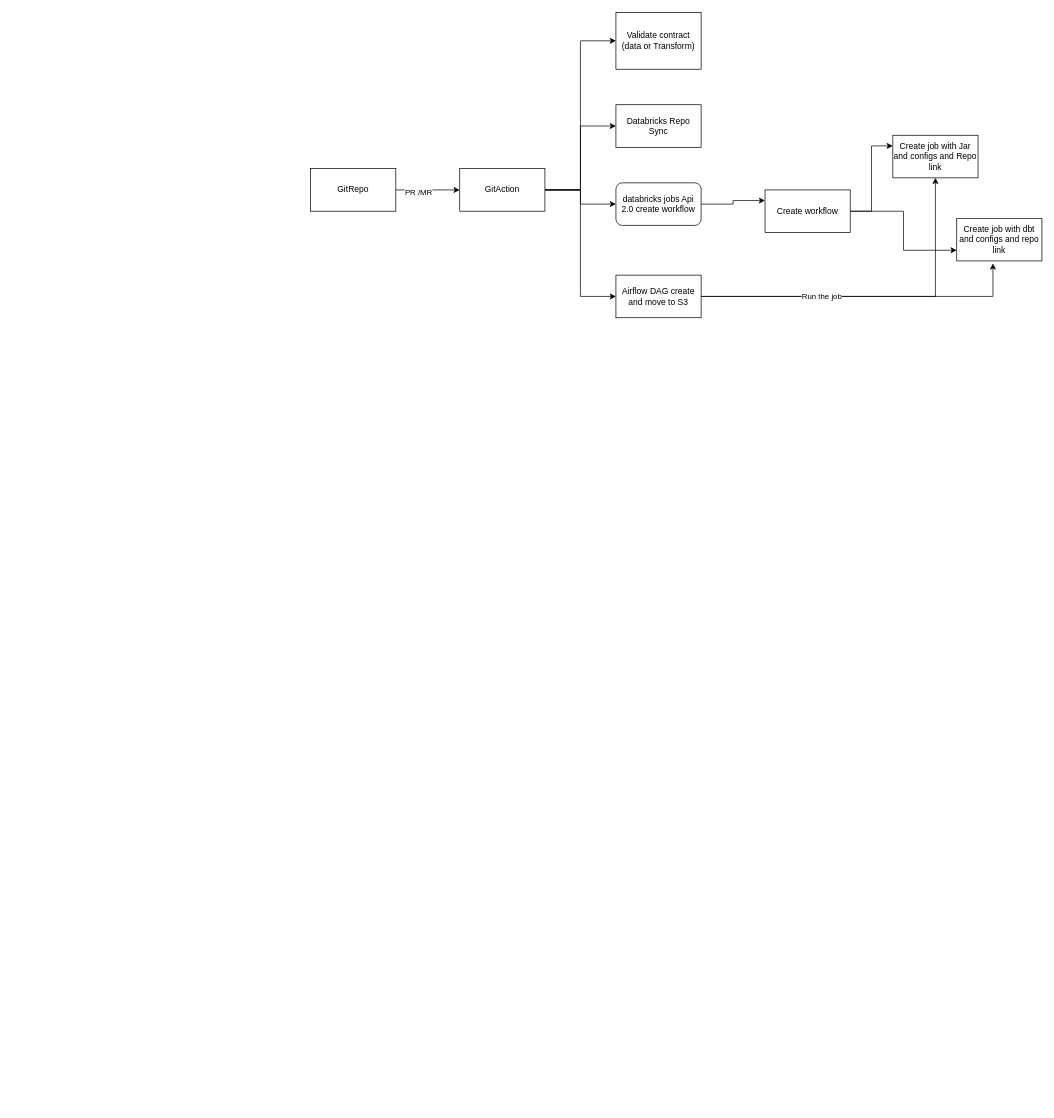
sasikanthd/ModernTech keeps this draw.io diagram as Untitled Diagram.drawio. Above is the earlier version. Source tidied: cells renumbered, new cells numbered last; positions are measured from the earlier drawing's top-left corner, leaving out a move shared by most shapes. Both pictures are drawn from the tidied source at 71%, with x=0, y=0 at pixel (310, 12).
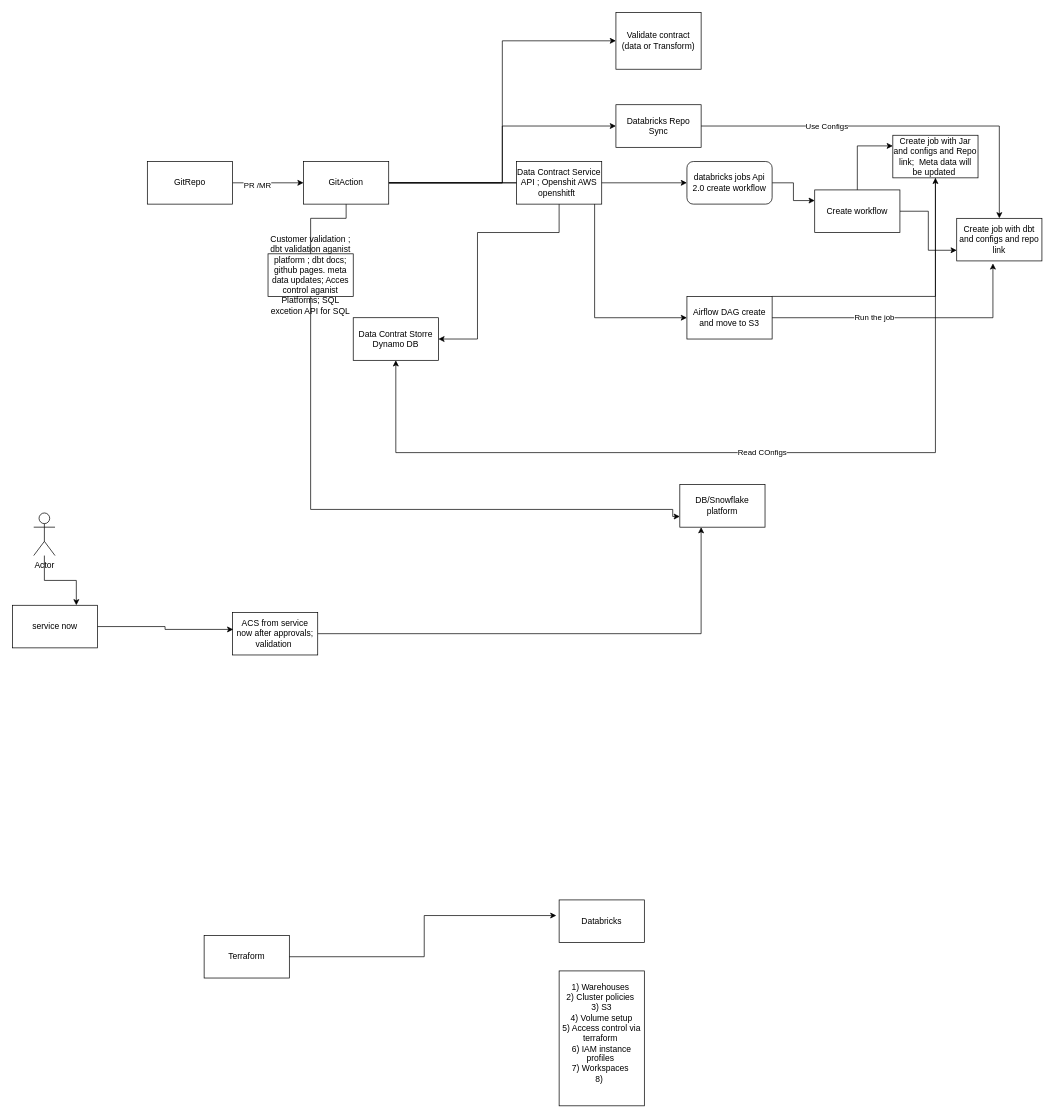
The same page after the edit.

Unchanged cells that the change refers to:
```xml
<mxCell id="11" value="Databricks Repo Sync" style="rounded=0;whiteSpace=wrap;html=1;" parent="1" vertex="1">
  <mxGeometry x="430" y="130" width="120" height="60" as="geometry" />
</mxCell>
<mxCell id="20" value="Create job with dbt and configs and repo link" style="rounded=0;whiteSpace=wrap;html=1;" parent="1" vertex="1">
  <mxGeometry x="910" y="290" width="120" height="60" as="geometry" />
</mxCell>
```

What changed in the source:
```diff
@@
     <mxCell id="4" value="GitRepo" style="rounded=0;whiteSpace=wrap;html=1;" parent="1" vertex="1">
-      <mxGeometry y="220" width="120" height="60" as="geometry" />
+      <mxGeometry x="-230" y="210" width="120" height="60" as="geometry" />
     </mxCell>
@@
     <mxCell id="7" style="edgeStyle=orthogonalEdgeStyle;rounded=0;jettySize=auto;html=1;entryX=0;entryY=0.5;entryDx=0;entryDy=0;" parent="1" edge="1" source="9" target="13">
-      <mxGeometry relative="1" as="geometry" />
+      <mxGeometry relative="1" as="geometry">
+        <Array as="points">
+          <mxPoint x="530" y="240" />
+        </Array>
+      </mxGeometry>
     </mxCell>
     <mxCell id="8" style="edgeStyle=orthogonalEdgeStyle;rounded=0;jettySize=auto;html=1;entryX=0;entryY=0.5;entryDx=0;entryDy=0;" parent="1" edge="1" source="9" target="15">
-      <mxGeometry relative="1" as="geometry" />
+      <mxGeometry relative="1" as="geometry">
+        <Array as="points">
+          <mxPoint x="400" y="240" />
+          <mxPoint x="400" y="430" />
+        </Array>
+      </mxGeometry>
     </mxCell>
+    <mxCell id="23" style="edgeStyle=orthogonalEdgeStyle;rounded=0;jettySize=auto;html=1;exitX=0.5;exitY=1;exitDx=0;exitDy=0;entryX=0;entryY=0.75;entryDx=0;entryDy=0;" parent="1" edge="1" source="9" target="31">
+      <mxGeometry relative="1" as="geometry">
+        <Array as="points">
+          <mxPoint x="50" y="290" />
+          <mxPoint y="290" />
+          <mxPoint y="700" />
+          <mxPoint x="510" y="700" />
+          <mxPoint x="510" y="710" />
+        </Array>
+      </mxGeometry>
+    </mxCell>
     <mxCell id="9" value="GitAction" style="rounded=0;whiteSpace=wrap;html=1;" parent="1" vertex="1">
-      <mxGeometry x="210" y="220" width="120" height="60" as="geometry" />
+      <mxGeometry x="-10" y="210" width="120" height="60" as="geometry" />
     </mxCell>
@@
+    <mxCell id="24" style="edgeStyle=orthogonalEdgeStyle;rounded=0;jettySize=auto;html=1;" parent="1" edge="1" source="11" target="20">
+      <mxGeometry relative="1" as="geometry" />
+    </mxCell>
+    <mxCell id="25" value="Use Configs" style="edgeLabel;html=1;align=center;verticalAlign=middle;" parent="24" vertex="1">
+      <mxGeometry x="-0.36" relative="1" as="geometry" />
+    </mxCell>
@@
     <mxCell id="13" value="databricks jobs Api 2.0 create workflow" style="rounded=1;whiteSpace=wrap;html=1;" parent="1" vertex="1">
-      <mxGeometry x="430" y="240" width="120" height="60" as="geometry" />
+      <mxGeometry x="530" y="210" width="120" height="60" as="geometry" />
     </mxCell>
@@
     <mxCell id="15" value="Airflow DAG create and move to S3" style="rounded=0;whiteSpace=wrap;html=1;" parent="1" vertex="1">
-      <mxGeometry x="430" y="370" width="120" height="60" as="geometry" />
+      <mxGeometry x="530" y="400" width="120" height="60" as="geometry" />
     </mxCell>
@@
     <mxCell id="18" value="Create workflow" style="rounded=0;whiteSpace=wrap;html=1;" parent="1" vertex="1">
-      <mxGeometry x="640" y="250" width="120" height="60" as="geometry" />
+      <mxGeometry x="710" y="250" width="120" height="60" as="geometry" />
     </mxCell>
+    <mxCell id="26" style="edgeStyle=orthogonalEdgeStyle;rounded=0;jettySize=auto;html=1;" parent="1" edge="1" source="19" target="30">
+      <mxGeometry relative="1" as="geometry">
+        <Array as="points">
+          <mxPoint x="880" y="620" />
+          <mxPoint x="120" y="620" />
+        </Array>
+      </mxGeometry>
+    </mxCell>
+    <mxCell id="27" value="Read COnfigs" style="edgeLabel;html=1;align=center;verticalAlign=middle;" parent="26" vertex="1">
+      <mxGeometry x="-0.01" y="-1" relative="1" as="geometry" />
+    </mxCell>
-    <mxCell id="19" value="Create job with Jar and configs and Repo link" style="rounded=0;whiteSpace=wrap;html=1;" parent="1" vertex="1">
+    <mxCell id="19" value="Create job with Jar and configs and Repo link;&amp;nbsp; Meta data will be updated&amp;nbsp;" style="rounded=0;whiteSpace=wrap;html=1;" parent="1" vertex="1">
       <mxGeometry x="820" y="173" width="120" height="60" as="geometry" />
     </mxCell>
@@
+    <mxCell id="28" style="edgeStyle=orthogonalEdgeStyle;rounded=0;jettySize=auto;html=1;entryX=1;entryY=0.5;entryDx=0;entryDy=0;" parent="1" edge="1" source="29" target="30">
+      <mxGeometry relative="1" as="geometry">
+        <Array as="points">
+          <mxPoint x="350" y="310" />
+          <mxPoint x="235" y="310" />
+          <mxPoint x="235" y="460" />
+        </Array>
+      </mxGeometry>
+    </mxCell>
+    <mxCell id="29" value="Data Contract Service API ; Openshit AWS openshitft&amp;nbsp;&amp;nbsp;" style="rounded=0;whiteSpace=wrap;html=1;" parent="1" vertex="1">
+      <mxGeometry x="290" y="210" width="120" height="60" as="geometry" />
+    </mxCell>
+    <mxCell id="30" value="Data Contrat Storre Dynamo DB" style="rounded=0;whiteSpace=wrap;html=1;" parent="1" vertex="1">
+      <mxGeometry x="60" y="430" width="120" height="60" as="geometry" />
+    </mxCell>
+    <mxCell id="31" value="DB/Snowflake platform" style="rounded=0;whiteSpace=wrap;html=1;" parent="1" vertex="1">
+      <mxGeometry x="520" y="665" width="120" height="60" as="geometry" />
+    </mxCell>
+    <mxCell id="32" value="Customer validation ; dbt validation aganist platform ; dbt docs; github pages. meta data updates; Acces control aganist Platforms; SQL excetion API for SQL" style="rounded=0;whiteSpace=wrap;html=1;" parent="1" vertex="1">
+      <mxGeometry x="-60" y="340" width="120" height="60" as="geometry" />
+    </mxCell>
+    <mxCell id="33" value="Terraform" style="rounded=0;whiteSpace=wrap;html=1;" parent="1" vertex="1">
+      <mxGeometry x="-150" y="1300" width="120" height="60" as="geometry" />
+    </mxCell>
+    <mxCell id="34" value="Databricks" style="rounded=0;whiteSpace=wrap;html=1;" parent="1" vertex="1">
+      <mxGeometry x="350" y="1250" width="120" height="60" as="geometry" />
+    </mxCell>
+    <mxCell id="35" style="edgeStyle=orthogonalEdgeStyle;rounded=0;jettySize=auto;html=1;entryX=-0.033;entryY=0.367;entryDx=0;entryDy=0;entryPerimeter=0;" parent="1" edge="1" source="33" target="34">
+      <mxGeometry relative="1" as="geometry" />
+    </mxCell>
+    <mxCell id="36" value="1) Warehouses&amp;nbsp;&lt;div&gt;2) Cluster policies&amp;nbsp;&lt;/div&gt;&lt;div&gt;3) S3&lt;/div&gt;&lt;div&gt;4) Volume setup&lt;/div&gt;&lt;div&gt;5) Access control via terraform&amp;nbsp;&lt;/div&gt;&lt;div&gt;6) IAM instance profiles&amp;nbsp;&lt;/div&gt;&lt;div&gt;7) Workspaces&amp;nbsp;&lt;/div&gt;&lt;div&gt;8)&amp;nbsp;&amp;nbsp;&lt;/div&gt;&lt;div&gt;&lt;br&gt;&lt;/div&gt;" style="rounded=0;whiteSpace=wrap;html=1;" parent="1" vertex="1">
+      <mxGeometry x="350" y="1350" width="120" height="190" as="geometry" />
+    </mxCell>
+    <mxCell id="37" style="edgeStyle=orthogonalEdgeStyle;rounded=0;jettySize=auto;html=1;entryX=0.25;entryY=1;entryDx=0;entryDy=0;" parent="1" edge="1" source="38" target="31">
+      <mxGeometry relative="1" as="geometry" />
+    </mxCell>
+    <mxCell id="38" value="ACS from service now after approvals; validation&amp;nbsp;" style="rounded=0;whiteSpace=wrap;html=1;" parent="1" vertex="1">
+      <mxGeometry x="-110" y="845" width="120" height="60" as="geometry" />
+    </mxCell>
+    <mxCell id="39" value="service now" style="rounded=0;whiteSpace=wrap;html=1;" parent="1" vertex="1">
+      <mxGeometry x="-420" y="835" width="120" height="60" as="geometry" />
+    </mxCell>
+    <mxCell id="40" style="edgeStyle=orthogonalEdgeStyle;rounded=0;jettySize=auto;html=1;entryX=0.75;entryY=0;entryDx=0;entryDy=0;" parent="1" edge="1" source="41" target="39">
+      <mxGeometry relative="1" as="geometry" />
+    </mxCell>
+    <mxCell id="41" value="Actor" style="shape=umlActor;verticalLabelPosition=bottom;verticalAlign=top;html=1;outlineConnect=0;" parent="1" vertex="1">
+      <mxGeometry x="-390" y="705" width="30" height="60" as="geometry" />
+    </mxCell>
+    <mxCell id="42" style="edgeStyle=orthogonalEdgeStyle;rounded=0;jettySize=auto;html=1;entryX=0.008;entryY=0.4;entryDx=0;entryDy=0;entryPerimeter=0;" parent="1" edge="1" source="39" target="38">
+      <mxGeometry relative="1" as="geometry" />
+    </mxCell>
```
